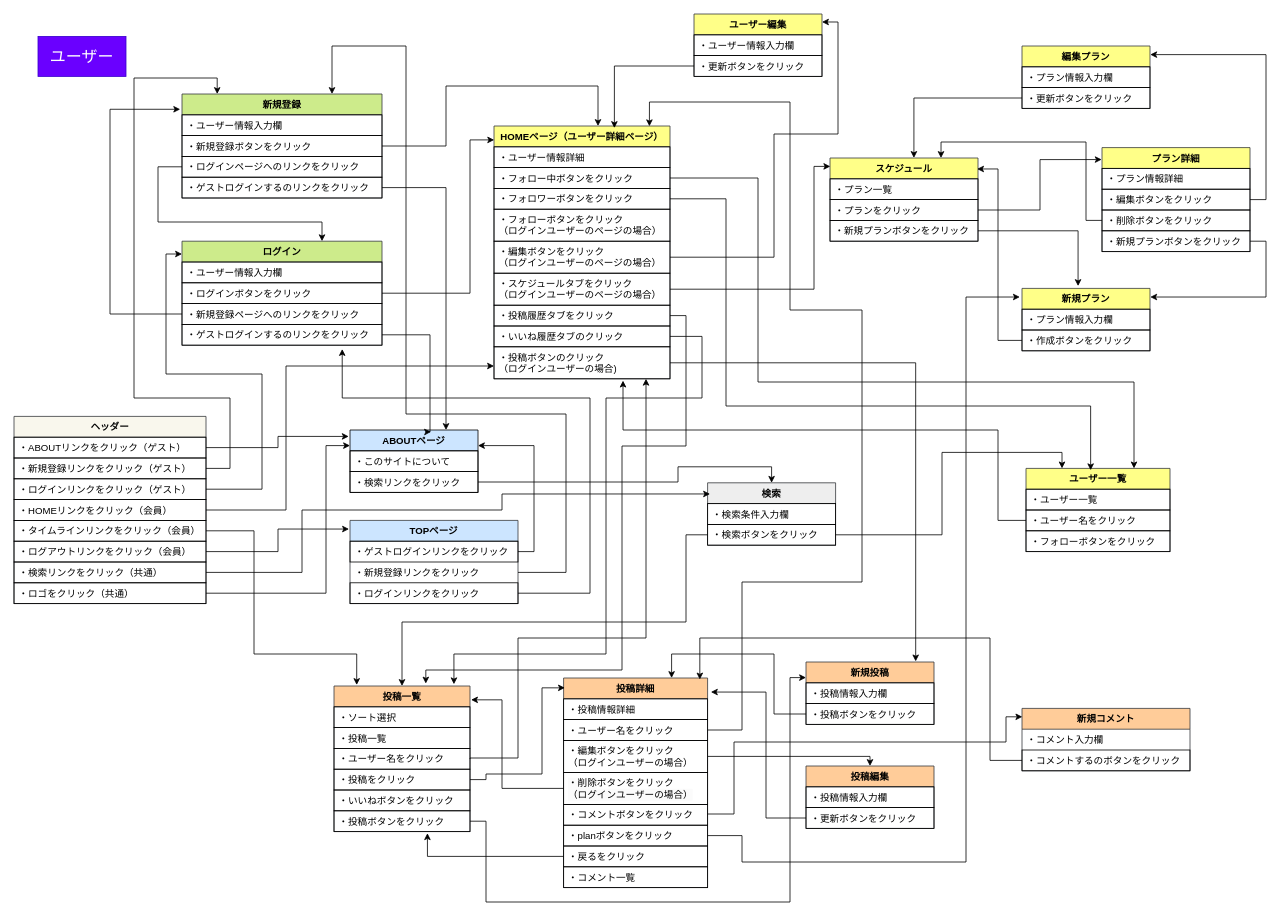
Above: page "user" (1 of 2) of ui_flows.drawio in JunkiYuasa/trip_planning (draw.io), before the change. Source tidied: cells renumbered, new cells numbered last; positions are measured from the earlier drawing's top-left corner, leaving out a move shared by most shapes. Both pictures are drawn from the tidied source at 80%, with x=0, y=0 at pixel (14, 14).
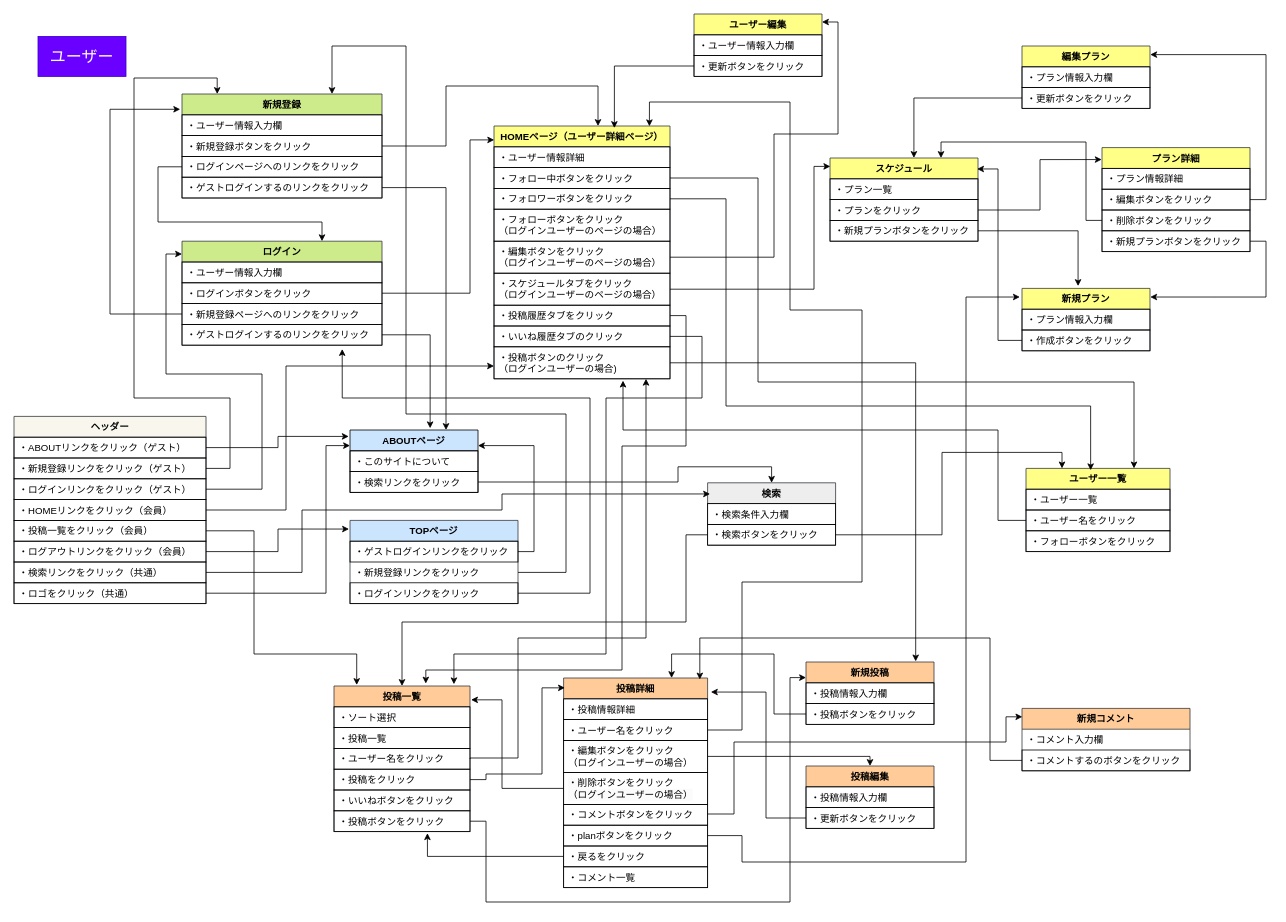
Above is the later version.

Commit message (it also covers changes not shown here):
ui_flows.drawio を更新します

Unchanged cells that the change refers to:
```xml
<mxCell id="7" value="ヘッダー" style="swimlane;fontStyle=1;align=center;verticalAlign=top;horizontal=1;startSize=26;whiteSpace=wrap;html=1;strokeColor=#36393d;spacingLeft=4;spacingRight=4;fontFamily=Helvetica;fontSize=12;fillColor=#f9f7ed;" parent="1" vertex="1">
  <mxGeometry y="503" width="240" height="234" as="geometry" />
</mxCell>
<mxCell id="21" value="ABOUTページ" style="swimlane;fontStyle=1;align=center;verticalAlign=top;horizontal=1;startSize=26;whiteSpace=wrap;html=1;spacingLeft=4;spacingRight=4;fontFamily=Helvetica;fontSize=12;fillColor=#cce5ff;strokeColor=default;" parent="1" vertex="1">
  <mxGeometry x="420" y="520" width="160" height="78" as="geometry" />
</mxCell>
<mxCell id="28" value="・ゲストログインするのリンクをクリック" style="text;strokeColor=default;fillColor=none;align=left;verticalAlign=top;spacingLeft=4;spacingRight=4;overflow=hidden;points=[[0,0.5],[1,0.5]];portConstraint=eastwest;whiteSpace=wrap;html=1;fontFamily=Helvetica;fontSize=12;fontColor=default;" parent="24" vertex="1">
  <mxGeometry y="104" width="250" height="26" as="geometry" />
</mxCell>
```

Change to the diagram source:
```diff
@@
-    <mxCell id="12" value="・タイムラインリンクをクリック（会員）" style="text;strokeColor=default;fillColor=none;align=left;verticalAlign=top;spacingLeft=4;spacingRight=4;overflow=hidden;points=[[0,0.5],[1,0.5]];portConstraint=eastwest;whiteSpace=wrap;html=1;fontFamily=Helvetica;fontSize=12;fontColor=default;" parent="7" vertex="1">
+    <mxCell id="12" value="・投稿一覧をクリック（会員）" style="text;strokeColor=default;fillColor=none;align=left;verticalAlign=top;spacingLeft=4;spacingRight=4;overflow=hidden;points=[[0,0.5],[1,0.5]];portConstraint=eastwest;whiteSpace=wrap;html=1;fontFamily=Helvetica;fontSize=12;fontColor=default;" parent="7" vertex="1">
       <mxGeometry y="130" width="240" height="26" as="geometry" />
     </mxCell>
@@
-    <mxCell id="100" style="edgeStyle=orthogonalEdgeStyle;rounded=0;jettySize=auto;html=1;exitX=1;exitY=0.5;exitDx=0;exitDy=0;entryX=0.633;entryY=0.029;entryDx=0;entryDy=0;entryPerimeter=0;" parent="1" edge="1" source="28" target="21">
+    <mxCell id="100" style="edgeStyle=orthogonalEdgeStyle;rounded=0;jettySize=auto;html=1;exitX=1;exitY=0.5;exitDx=0;exitDy=0;entryX=0.626;entryY=-0.028;entryDx=0;entryDy=0;entryPerimeter=0;" parent="1" edge="1" source="28" target="21">
       <mxGeometry relative="1" as="geometry">
         <Array as="points">
           <mxPoint x="520" y="401" />
-          <mxPoint x="520" y="522" />
         </Array>
       </mxGeometry>
     </mxCell>
```
